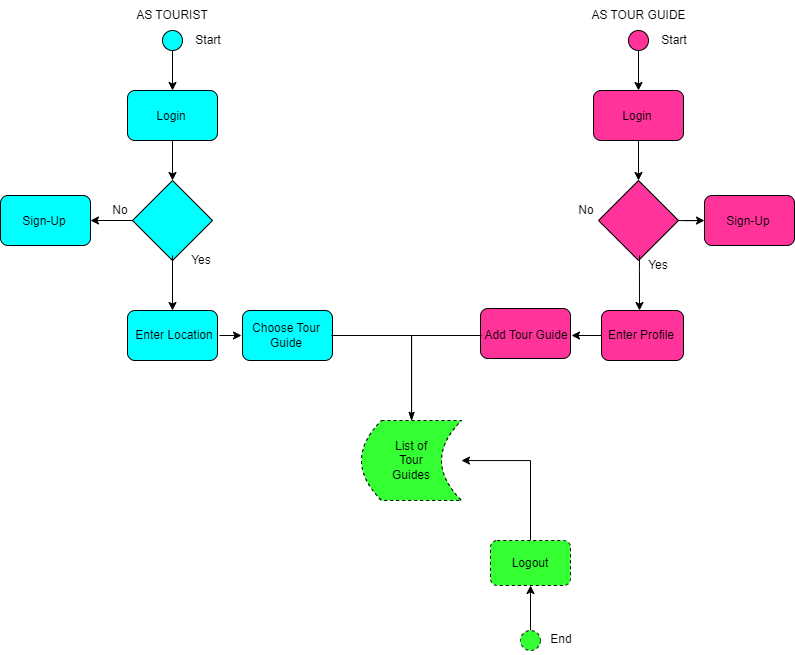
This is p4-node-app/planning/uml-diagram.png from elvinnig/hydroponics, a draw.io export, as it was before one commit. Source tidied: cells renumbered, new cells last; positions are measured from the earlier drawing's top-left corner, leaving out a move shared by most shapes. The source it was exported from:
```xml
<mxGraphModel>
  <root>
    <mxCell id="0" />
    <mxCell id="1" parent="0" />
    <mxCell id="2" style="edgeStyle=orthogonalEdgeStyle;rounded=0;jettySize=auto;html=1;" parent="1" edge="1" source="3" target="6">
      <mxGeometry relative="1" as="geometry" />
    </mxCell>
    <mxCell id="3" style="ellipse;whiteSpace=wrap;html=1;fillColor=#00FFFF;" parent="1" vertex="1">
      <mxGeometry x="162" y="30" width="20" height="20" as="geometry" />
    </mxCell>
    <mxCell id="4" value="AS TOURIST" style="text;html=1;strokeColor=none;fillColor=none;align=center;verticalAlign=middle;whiteSpace=wrap;rounded=0;" parent="1" vertex="1">
      <mxGeometry x="127" width="90" height="30" as="geometry" />
    </mxCell>
    <mxCell id="5" style="edgeStyle=orthogonalEdgeStyle;rounded=0;jettySize=auto;html=1;" parent="1" edge="1" source="6" target="9">
      <mxGeometry relative="1" as="geometry" />
    </mxCell>
    <mxCell id="6" style="rounded=1;whiteSpace=wrap;html=1;fillColor=#00FFFF;" parent="1" vertex="1">
      <mxGeometry x="127" y="90" width="90" height="50" as="geometry" />
    </mxCell>
    <mxCell id="7" value="Start" style="text;html=1;strokeColor=none;fillColor=none;align=center;verticalAlign=middle;whiteSpace=wrap;rounded=0;" parent="1" vertex="1">
      <mxGeometry x="178" y="25" width="60" height="30" as="geometry" />
    </mxCell>
    <mxCell id="8" value="Login" style="text;html=1;strokeColor=none;fillColor=none;align=center;verticalAlign=middle;whiteSpace=wrap;rounded=0;" parent="1" vertex="1">
      <mxGeometry x="141" y="101" width="60" height="30" as="geometry" />
    </mxCell>
    <mxCell id="9" style="rhombus;whiteSpace=wrap;html=1;fillColor=#00FFFF;" parent="1" vertex="1">
      <mxGeometry x="132" y="180" width="80" height="80" as="geometry" />
    </mxCell>
    <mxCell id="10" style="edgeStyle=orthogonalEdgeStyle;rounded=0;jettySize=auto;html=1;strokeColor=default;startArrow=classic;startFill=1;endArrow=none;endFill=0;" parent="1" edge="1" source="11" target="9">
      <mxGeometry relative="1" as="geometry" />
    </mxCell>
    <mxCell id="11" style="rounded=1;whiteSpace=wrap;html=1;fillColor=#00FFFF;" parent="1" vertex="1">
      <mxGeometry y="195" width="90" height="50" as="geometry" />
    </mxCell>
    <mxCell id="12" value="Sign-Up" style="text;html=1;strokeColor=none;fillColor=none;align=center;verticalAlign=middle;whiteSpace=wrap;rounded=0;" parent="1" vertex="1">
      <mxGeometry x="14" y="206" width="60" height="30" as="geometry" />
    </mxCell>
    <mxCell id="13" value="No" style="text;html=1;strokeColor=none;fillColor=none;align=center;verticalAlign=middle;whiteSpace=wrap;rounded=0;" parent="1" vertex="1">
      <mxGeometry x="90" y="195" width="60" height="30" as="geometry" />
    </mxCell>
    <mxCell id="14" style="edgeStyle=orthogonalEdgeStyle;rounded=0;jettySize=auto;html=1;strokeColor=default;startArrow=classic;startFill=1;endArrow=none;endFill=0;" parent="1" edge="1" source="15">
      <mxGeometry relative="1" as="geometry">
        <mxPoint x="172" y="255" as="targetPoint" />
      </mxGeometry>
    </mxCell>
    <mxCell id="15" style="rounded=1;whiteSpace=wrap;html=1;fillColor=#00FFFF;" parent="1" vertex="1">
      <mxGeometry x="127" y="310" width="90" height="50" as="geometry" />
    </mxCell>
    <mxCell id="16" value="Enter Location" style="text;html=1;strokeColor=none;fillColor=none;align=center;verticalAlign=middle;whiteSpace=wrap;rounded=0;" parent="1" vertex="1">
      <mxGeometry x="129" y="320" width="90" height="30" as="geometry" />
    </mxCell>
    <mxCell id="17" style="rounded=1;whiteSpace=wrap;html=1;fillColor=#00FFFF;" parent="1" vertex="1">
      <mxGeometry x="242" y="310" width="90" height="50" as="geometry" />
    </mxCell>
    <mxCell id="18" style="edgeStyle=orthogonalEdgeStyle;rounded=0;jettySize=auto;html=1;strokeColor=default;startArrow=none;startFill=0;endArrow=classicThin;endFill=1;" parent="1" edge="1" source="20" target="41">
      <mxGeometry relative="1" as="geometry" />
    </mxCell>
    <mxCell id="19" style="edgeStyle=orthogonalEdgeStyle;rounded=0;jettySize=auto;html=1;strokeColor=default;startArrow=classic;startFill=1;endArrow=none;endFill=0;" parent="1" edge="1" source="20" target="16">
      <mxGeometry relative="1" as="geometry" />
    </mxCell>
    <mxCell id="20" value="Choose Tour Guide" style="text;html=1;strokeColor=none;fillColor=none;align=center;verticalAlign=middle;whiteSpace=wrap;rounded=0;" parent="1" vertex="1">
      <mxGeometry x="241" y="320" width="90" height="30" as="geometry" />
    </mxCell>
    <mxCell id="21" style="edgeStyle=orthogonalEdgeStyle;rounded=0;jettySize=auto;html=1;" parent="1" edge="1" source="22" target="25">
      <mxGeometry relative="1" as="geometry" />
    </mxCell>
    <mxCell id="22" style="ellipse;whiteSpace=wrap;html=1;fillColor=#FF3399;" parent="1" vertex="1">
      <mxGeometry x="628" y="30" width="20" height="20" as="geometry" />
    </mxCell>
    <mxCell id="23" value="AS TOUR GUIDE" style="text;html=1;strokeColor=none;fillColor=none;align=center;verticalAlign=middle;whiteSpace=wrap;rounded=0;" parent="1" vertex="1">
      <mxGeometry x="580" width="117" height="30" as="geometry" />
    </mxCell>
    <mxCell id="24" style="edgeStyle=orthogonalEdgeStyle;rounded=0;jettySize=auto;html=1;" parent="1" edge="1" source="25" target="28">
      <mxGeometry relative="1" as="geometry" />
    </mxCell>
    <mxCell id="25" style="rounded=1;whiteSpace=wrap;html=1;fillColor=#FF3399;" parent="1" vertex="1">
      <mxGeometry x="593" y="90" width="90" height="50" as="geometry" />
    </mxCell>
    <mxCell id="26" value="Start" style="text;html=1;strokeColor=none;fillColor=none;align=center;verticalAlign=middle;whiteSpace=wrap;rounded=0;" parent="1" vertex="1">
      <mxGeometry x="644" y="25" width="60" height="30" as="geometry" />
    </mxCell>
    <mxCell id="27" value="Login" style="text;html=1;strokeColor=none;fillColor=none;align=center;verticalAlign=middle;whiteSpace=wrap;rounded=0;" parent="1" vertex="1">
      <mxGeometry x="607" y="101" width="60" height="30" as="geometry" />
    </mxCell>
    <mxCell id="28" style="rhombus;whiteSpace=wrap;html=1;fillColor=#FF3399;" parent="1" vertex="1">
      <mxGeometry x="598" y="180" width="80" height="80" as="geometry" />
    </mxCell>
    <mxCell id="29" style="edgeStyle=orthogonalEdgeStyle;rounded=0;jettySize=auto;html=1;strokeColor=default;startArrow=classic;startFill=1;endArrow=none;endFill=0;" parent="1" edge="1" source="30" target="28">
      <mxGeometry relative="1" as="geometry" />
    </mxCell>
    <mxCell id="30" style="rounded=1;whiteSpace=wrap;html=1;fillColor=#FF3399;" parent="1" vertex="1">
      <mxGeometry x="704" y="195" width="90" height="50" as="geometry" />
    </mxCell>
    <mxCell id="31" value="Sign-Up" style="text;html=1;strokeColor=none;fillColor=none;align=center;verticalAlign=middle;whiteSpace=wrap;rounded=0;" parent="1" vertex="1">
      <mxGeometry x="718" y="206" width="60" height="30" as="geometry" />
    </mxCell>
    <mxCell id="32" value="No" style="text;html=1;strokeColor=none;fillColor=none;align=center;verticalAlign=middle;whiteSpace=wrap;rounded=0;" parent="1" vertex="1">
      <mxGeometry x="556" y="195" width="60" height="30" as="geometry" />
    </mxCell>
    <mxCell id="33" style="rounded=1;whiteSpace=wrap;html=1;fillColor=#FF3399;" parent="1" vertex="1">
      <mxGeometry x="601" y="310" width="82" height="50" as="geometry" />
    </mxCell>
    <mxCell id="34" value="Enter Profile" style="text;html=1;strokeColor=none;fillColor=none;align=center;verticalAlign=middle;whiteSpace=wrap;rounded=0;" parent="1" vertex="1">
      <mxGeometry x="601" y="320" width="80" height="30" as="geometry" />
    </mxCell>
    <mxCell id="35" value="Yes" style="text;html=1;strokeColor=none;fillColor=none;align=center;verticalAlign=middle;whiteSpace=wrap;rounded=0;" parent="1" vertex="1">
      <mxGeometry x="628" y="250" width="60" height="30" as="geometry" />
    </mxCell>
    <mxCell id="36" style="rounded=1;whiteSpace=wrap;html=1;fillColor=#FF3399;" parent="1" vertex="1">
      <mxGeometry x="480" y="308" width="90" height="50" as="geometry" />
    </mxCell>
    <mxCell id="37" style="edgeStyle=orthogonalEdgeStyle;rounded=0;jettySize=auto;html=1;strokeColor=default;startArrow=none;startFill=0;endArrow=classicThin;endFill=1;" parent="1" edge="1" source="39" target="41">
      <mxGeometry relative="1" as="geometry" />
    </mxCell>
    <mxCell id="38" style="edgeStyle=orthogonalEdgeStyle;rounded=0;jettySize=auto;html=1;strokeColor=default;startArrow=classic;startFill=1;endArrow=none;endFill=0;" parent="1" edge="1" source="39" target="34">
      <mxGeometry relative="1" as="geometry" />
    </mxCell>
    <mxCell id="39" value="Add Tour Guide" style="text;html=1;strokeColor=none;fillColor=none;align=center;verticalAlign=middle;whiteSpace=wrap;rounded=0;" parent="1" vertex="1">
      <mxGeometry x="481" y="320" width="90" height="30" as="geometry" />
    </mxCell>
    <mxCell id="40" style="edgeStyle=orthogonalEdgeStyle;rounded=0;jettySize=auto;html=1;strokeColor=default;startArrow=classic;startFill=1;endArrow=none;endFill=0;" parent="1" edge="1" source="41" target="45">
      <mxGeometry relative="1" as="geometry" />
    </mxCell>
    <mxCell id="41" value="List of &lt;br&gt;Tour&lt;br&gt;Guides" style="shape=dataStorage;whiteSpace=wrap;html=1;fixedSize=1;dashed=1;fillStyle=auto;fillColor=#33FF33;" parent="1" vertex="1">
      <mxGeometry x="361" y="420" width="100" height="80" as="geometry" />
    </mxCell>
    <mxCell id="42" value="Yes" style="text;html=1;strokeColor=none;fillColor=none;align=center;verticalAlign=middle;whiteSpace=wrap;rounded=0;" parent="1" vertex="1">
      <mxGeometry x="171" y="245" width="60" height="30" as="geometry" />
    </mxCell>
    <mxCell id="43" style="edgeStyle=orthogonalEdgeStyle;rounded=0;orthogonalLoop=1;jettySize=auto;html=1;strokeColor=default;startArrow=classic;startFill=1;endArrow=none;endFill=0;" parent="1" edge="1">
      <mxGeometry relative="1" as="geometry">
        <mxPoint x="639" y="310" as="sourcePoint" />
        <mxPoint x="639" y="255" as="targetPoint" />
        <Array as="points">
          <mxPoint x="639" y="270" />
          <mxPoint x="639" y="270" />
        </Array>
      </mxGeometry>
    </mxCell>
    <mxCell id="44" style="edgeStyle=orthogonalEdgeStyle;rounded=0;jettySize=auto;html=1;strokeColor=default;startArrow=classic;startFill=1;endArrow=none;endFill=0;" parent="1" edge="1" source="45" target="46">
      <mxGeometry relative="1" as="geometry" />
    </mxCell>
    <mxCell id="45" value="Logout" style="rounded=1;whiteSpace=wrap;html=1;fillColor=#33FF33;dashed=1;fillStyle=auto;" parent="1" vertex="1">
      <mxGeometry x="490" y="540" width="80" height="45" as="geometry" />
    </mxCell>
    <mxCell id="46" style="ellipse;whiteSpace=wrap;html=1;fillColor=#33FF33;rounded=1;dashed=1;fillStyle=auto;" parent="1" vertex="1">
      <mxGeometry x="520" y="630" width="20" height="20" as="geometry" />
    </mxCell>
    <mxCell id="47" value="End" style="text;html=1;strokeColor=none;fillColor=none;align=center;verticalAlign=middle;whiteSpace=wrap;rounded=0;dashed=1;fillStyle=auto;" parent="1" vertex="1">
      <mxGeometry x="531" y="624" width="60" height="30" as="geometry" />
    </mxCell>
  </root>
</mxGraphModel>
```
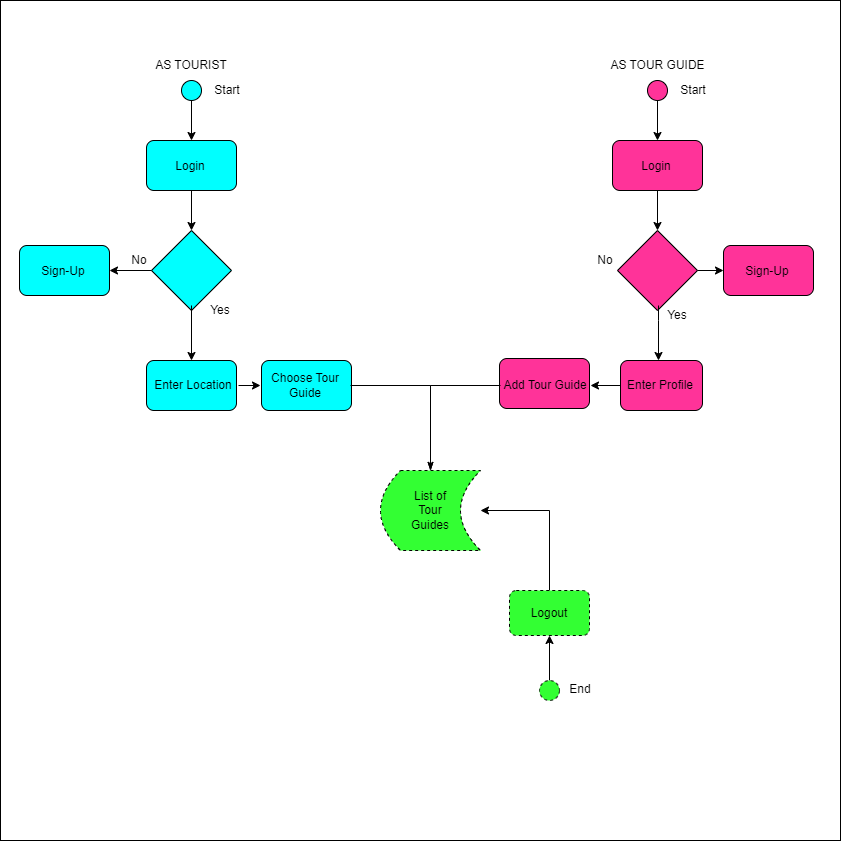
Above is the later version.

Change to the diagram source:
```diff
@@ -2,6 +2,9 @@
   <root>
     <mxCell id="0" />
     <mxCell id="1" parent="0" />
+    <mxCell id="48" style="whiteSpace=wrap;html=1;" parent="1" vertex="1">
+      <mxGeometry x="-19" y="-50" width="840" height="840" as="geometry" />
+    </mxCell>
     <mxCell id="2" style="edgeStyle=orthogonalEdgeStyle;rounded=0;jettySize=auto;html=1;" parent="1" edge="1" source="3" target="6">
       <mxGeometry relative="1" as="geometry" />
     </mxCell>
```
